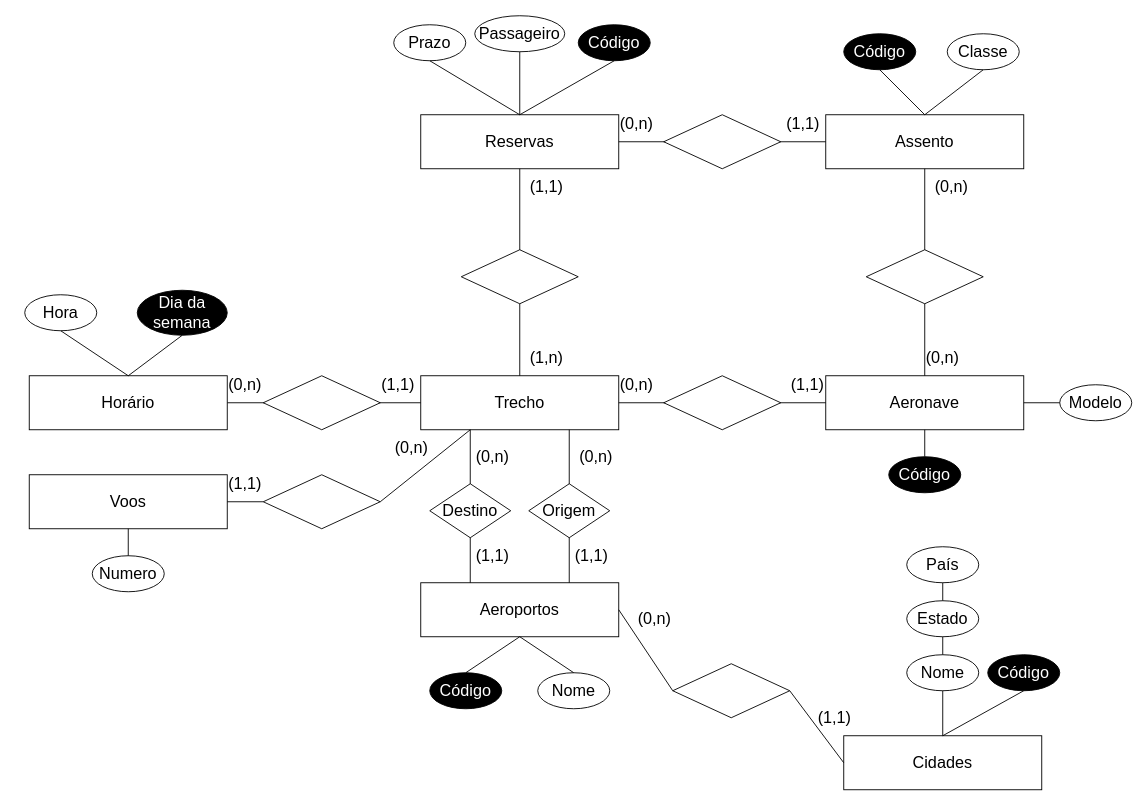
Before: Facul/Untitled Diagram.drawio in HansRafael/projects, a draw.io diagram. Source tidied: cells renumbered, new cells numbered last; positions are measured from the earlier drawing's top-left corner, leaving out a move shared by most shapes. Both pictures are drawn from the tidied source at 90%, with x=0, y=0 at pixel (24, 15).
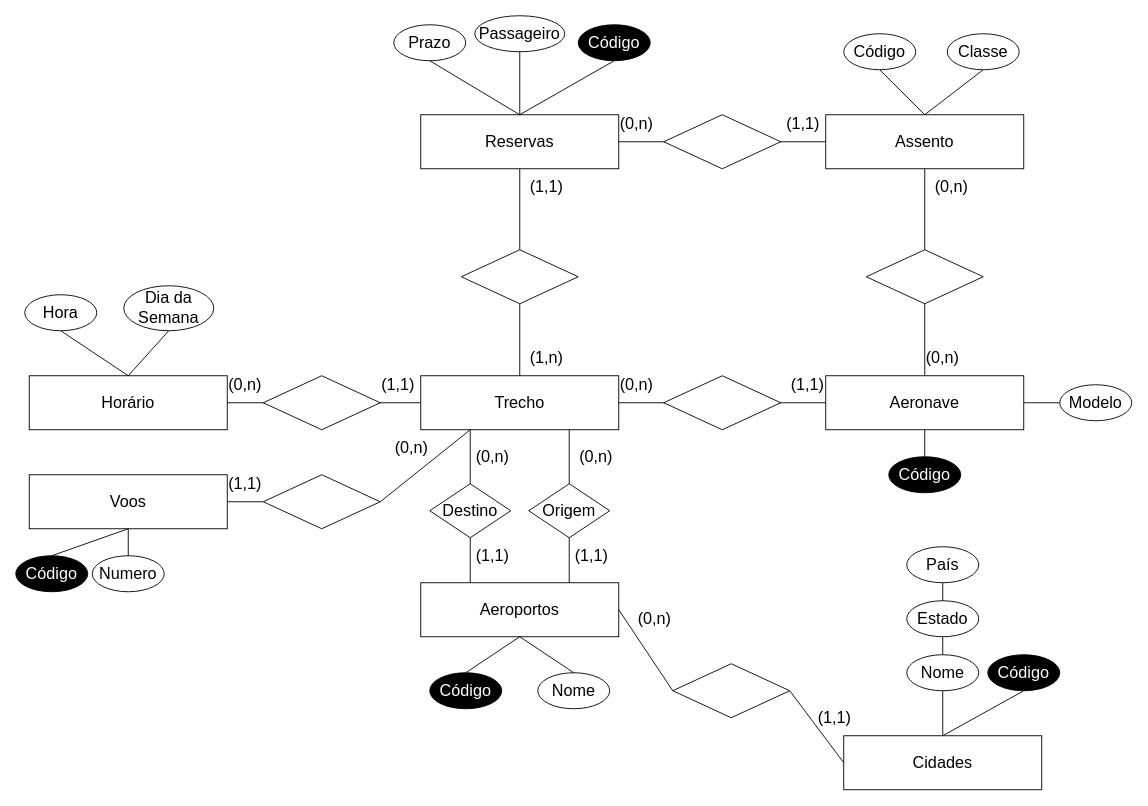
The same diagram, later.

Unchanged cells that the change refers to:
```xml
<mxCell id="6" value="&lt;span style=&quot;font-size: 18px&quot;&gt;Voos&lt;/span&gt;" style="rounded=0;whiteSpace=wrap;html=1;" parent="1" vertex="1">
  <mxGeometry x="5" y="510" width="220" height="60" as="geometry" />
</mxCell>
<mxCell id="8" value="&lt;span style=&quot;font-size: 18px&quot;&gt;Assento&lt;/span&gt;" style="rounded=0;whiteSpace=wrap;html=1;" parent="1" vertex="1">
  <mxGeometry x="890" y="110" width="220" height="60" as="geometry" />
</mxCell>
<mxCell id="34" value="&lt;span style=&quot;font-size: 18px&quot;&gt;Horário&lt;/span&gt;" style="rounded=0;whiteSpace=wrap;html=1;" parent="1" vertex="1">
  <mxGeometry x="5" y="400" width="220" height="60" as="geometry" />
</mxCell>
```

What changed in the source:
```diff
@@
-    <mxCell id="36" value="&lt;font style=&quot;font-size: 18px&quot;&gt;Dia da semana&lt;/font&gt;" style="ellipse;whiteSpace=wrap;html=1;shadow=0;sketch=0;fontColor=#ffffff;fillColor=#000000;" parent="1" vertex="1">
-      <mxGeometry x="125" y="305" width="100" height="50" as="geometry" />
-    </mxCell>
@@
-    <mxCell id="38" style="endArrow=none;html=1;entryX=0.5;entryY=1;entryDx=0;entryDy=0;exitX=0.5;exitY=0;exitDx=0;exitDy=0;" parent="1" edge="1" source="34" target="36">
+    <mxCell id="38" style="endArrow=none;html=1;entryX=0.5;entryY=1;entryDx=0;entryDy=0;exitX=0.5;exitY=0;exitDx=0;exitDy=0;" parent="1" edge="1" source="34" target="81">
       <mxGeometry relative="1" as="geometry" />
     </mxCell>
@@
-    <mxCell id="43" style="endArrow=none;html=1;exitX=0.5;exitY=0;exitDx=0;exitDy=0;entryX=0.5;entryY=1;entryDx=0;entryDy=0;" parent="1" edge="1" source="8" target="64">
-      <mxGeometry relative="1" as="geometry" />
+    <mxCell id="43" style="endArrow=none;html=1;exitX=0.5;exitY=0;exitDx=0;exitDy=0;entryX=0.5;entryY=1;entryDx=0;entryDy=0;" parent="1" edge="1" source="8">
+      <mxGeometry relative="1" as="geometry">
+        <mxPoint x="950" y="60" as="targetPoint" />
+      </mxGeometry>
     </mxCell>
@@
-    <mxCell id="64" value="&lt;font style=&quot;font-size: 18px&quot; color=&quot;#ffffff&quot;&gt;Código&lt;/font&gt;" style="ellipse;whiteSpace=wrap;html=1;fillColor=#000000;" parent="1" vertex="1">
-      <mxGeometry x="910" y="20" width="80" height="40" as="geometry" />
-    </mxCell>
@@
+    <mxCell id="80" value="&lt;font style=&quot;font-size: 18px&quot;&gt;Código&lt;/font&gt;" style="ellipse;whiteSpace=wrap;html=1;" parent="1" vertex="1">
+      <mxGeometry x="910" y="20" width="80" height="40" as="geometry" />
+    </mxCell>
+    <mxCell id="81" value="&lt;font style=&quot;font-size: 18px&quot;&gt;Dia da Semana&lt;/font&gt;" style="ellipse;whiteSpace=wrap;html=1;" parent="1" vertex="1">
+      <mxGeometry x="110" y="300" width="100" height="50" as="geometry" />
+    </mxCell>
+    <mxCell id="64" value="&lt;font style=&quot;font-size: 18px&quot; color=&quot;#ffffff&quot;&gt;Código&lt;/font&gt;" style="ellipse;whiteSpace=wrap;html=1;fillColor=#000000;" parent="1" vertex="1">
+      <mxGeometry x="-10" y="600" width="80" height="40" as="geometry" />
+    </mxCell>
+    <mxCell id="82" style="endArrow=none;html=1;exitX=0.5;exitY=1;exitDx=0;exitDy=0;entryX=0.5;entryY=0;entryDx=0;entryDy=0;" parent="1" edge="1" source="6" target="64">
+      <mxGeometry relative="1" as="geometry" />
+    </mxCell>
```
